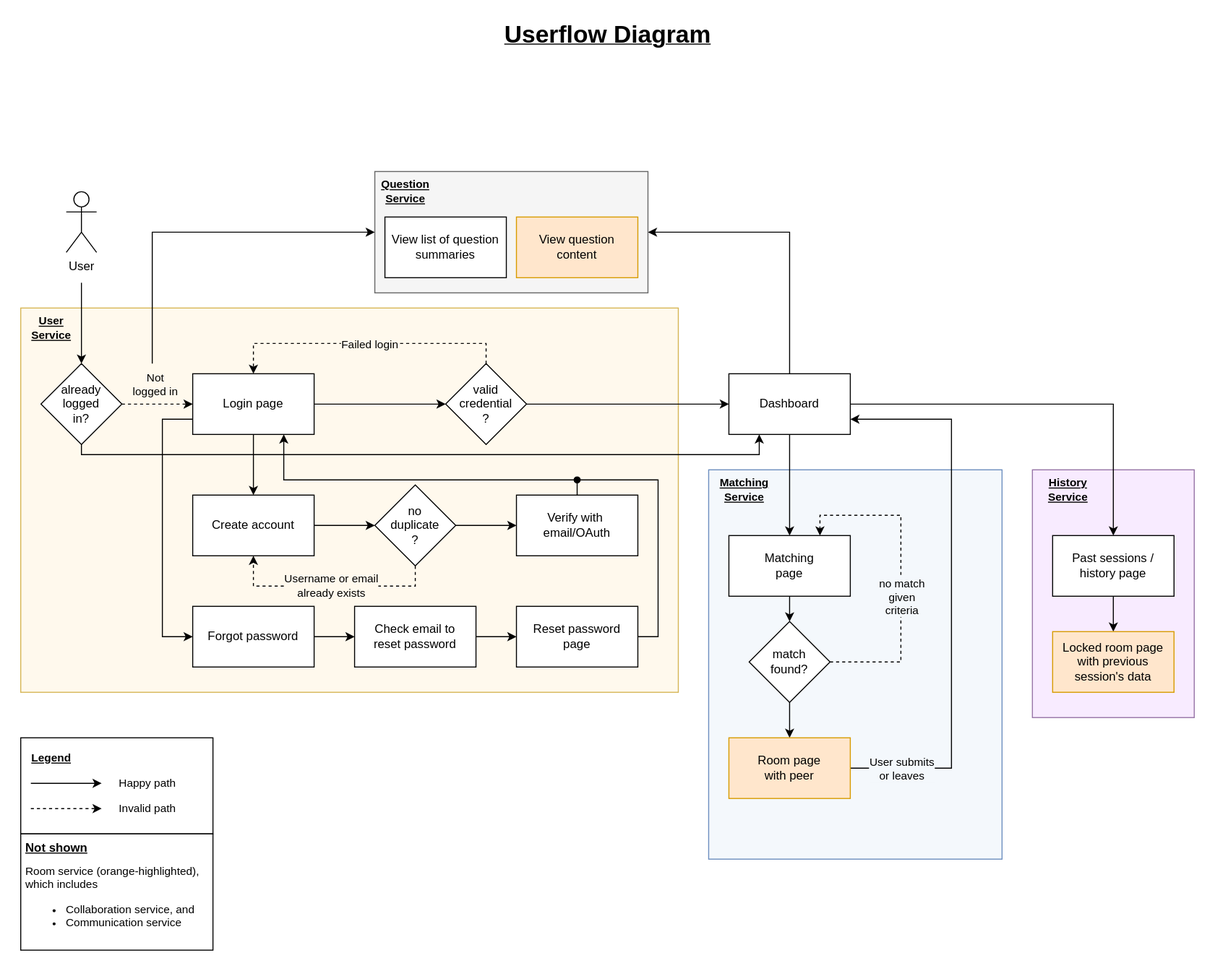
The draw.io diagram docs/userflow.svg in CS3219-AY2223S1/cs3219-project-ay2223s1-g42, before a commit. Source tidied: cells renumbered, new cells last; positions are measured from the earlier drawing's top-left corner, leaving out a move shared by most shapes.
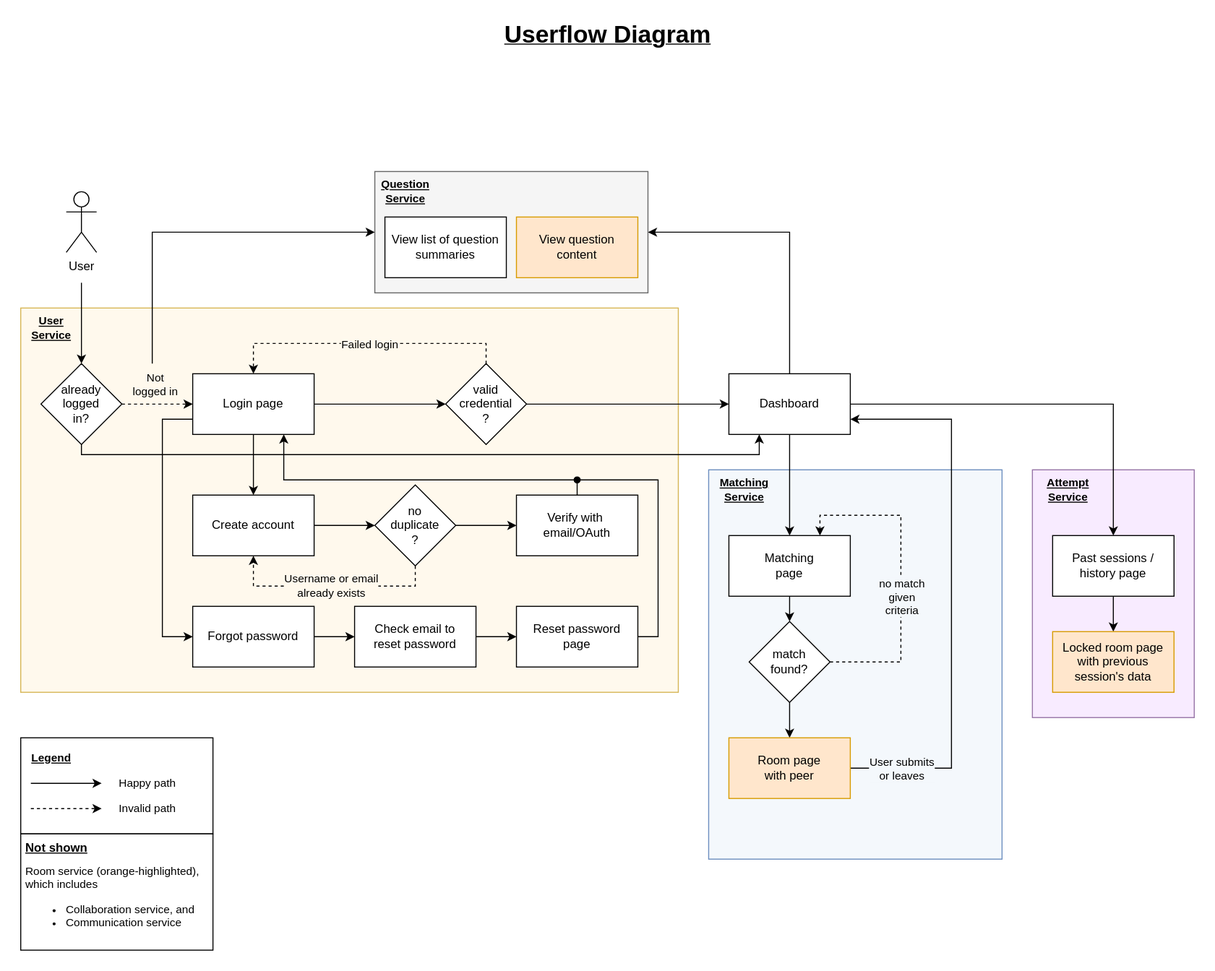
After the change.

Change to the diagram source:
```diff
@@ -204,8 +204,8 @@
     <mxCell id="53" value="Locked room page&lt;br&gt;with previous session's data" style="whiteSpace=wrap;html=1;rounded=0;fillColor=#ffe6cc;strokeColor=#d79b00;" parent="1" vertex="1">
       <mxGeometry x="1020" y="600" width="120" height="60" as="geometry" />
     </mxCell>
-    <mxCell id="54" value="History&lt;br&gt;Service" style="text;html=1;align=center;verticalAlign=middle;strokeColor=none;fillColor=none;fontSize=11;fontFamily=Helvetica;fontColor=default;fontStyle=5;" parent="1" vertex="1">
-      <mxGeometry x="1005" y="440" width="60" height="40" as="geometry" />
+    <mxCell id="54" value="Attempt&lt;br&gt;Service" style="text;html=1;align=center;verticalAlign=middle;strokeColor=none;fillColor=none;fontSize=11;fontFamily=Helvetica;fontColor=default;fontStyle=5;" parent="1" vertex="1">
+      <mxGeometry x="1005" y="445" width="60" height="30" as="geometry" />
     </mxCell>
     <mxCell id="55" value="Legend" style="text;html=1;align=center;verticalAlign=middle;strokeColor=none;fillColor=none;fontSize=11;fontFamily=Helvetica;fontColor=default;fontStyle=5;" parent="1" vertex="1">
       <mxGeometry y="710" width="60" height="30" as="geometry" />
```
